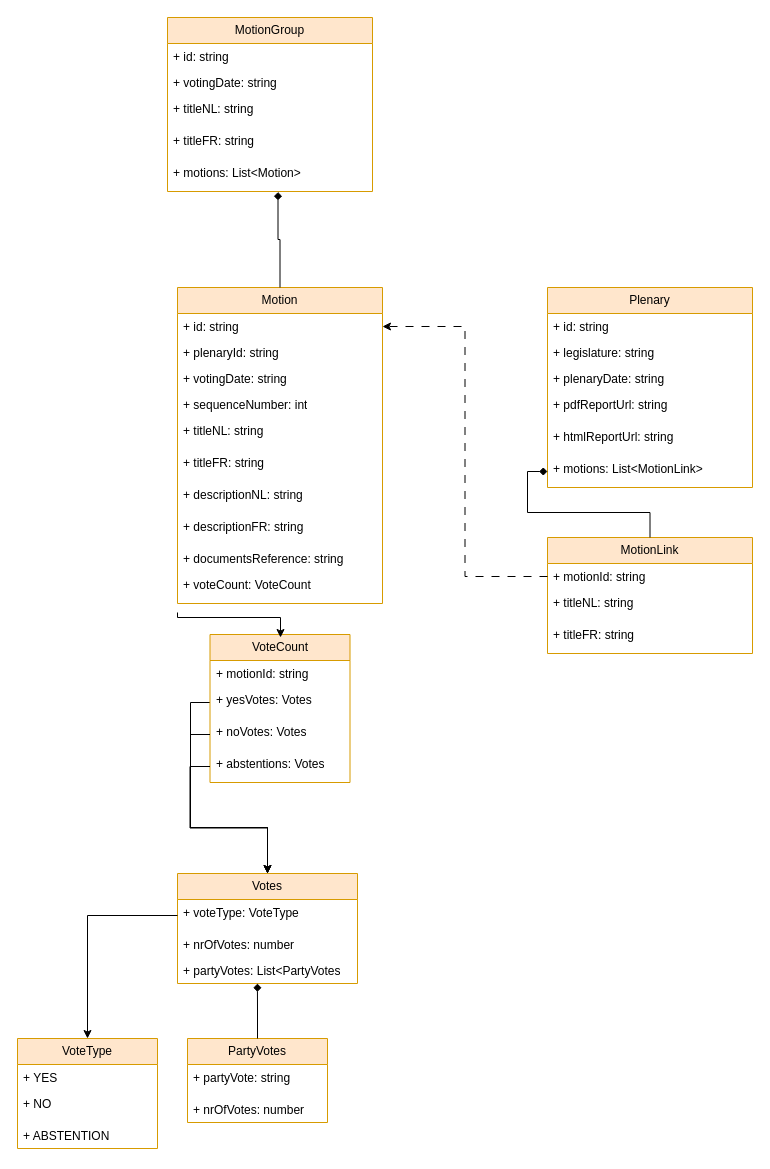
transparentdemocracy/backend keeps this draw.io diagram as doc/drawings/domain-model.drawio. Above is the earlier version. Source tidied: cells renumbered, new cells numbered last; positions are measured from the earlier drawing's top-left corner, leaving out a move shared by most shapes. Both pictures are drawn from the tidied source at 100%, with x=0, y=0 at pixel (17, 17).
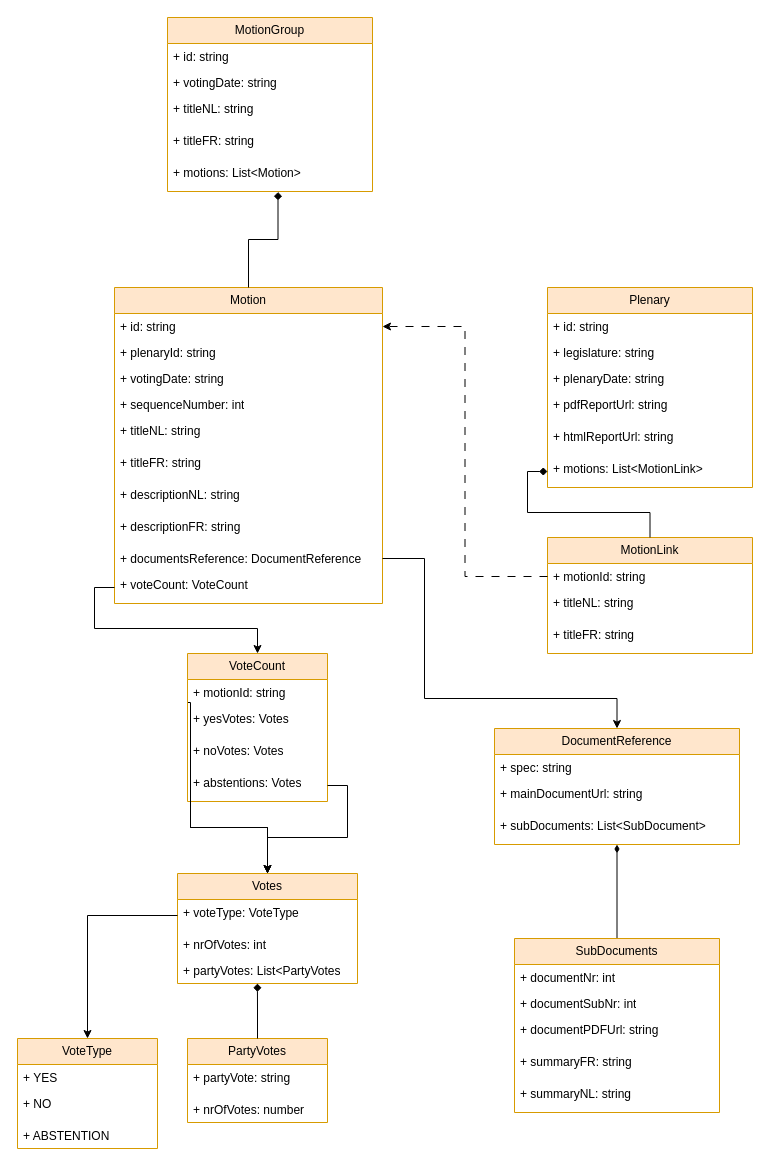
Above is the later version.

Unchanged cells that the change refers to:
```xml
<mxCell id="20" value="Votes" style="swimlane;fontStyle=0;horizontal=1;startSize=26;fillColor=#ffe6cc;whiteSpace=wrap;html=1;strokeColor=#d79b00;" parent="1" vertex="1">
  <mxGeometry x="160" y="856" width="180" height="110" as="geometry" />
</mxCell>
```

The edit, as a diff of the source:
```diff
@@
     <mxCell id="2" value="Motion" style="swimlane;fontStyle=0;horizontal=1;startSize=26;fillColor=#ffe6cc;whiteSpace=wrap;html=1;strokeColor=#d79b00;" parent="1" vertex="1">
-      <mxGeometry x="160" y="270" width="205" height="316" as="geometry" />
+      <mxGeometry x="97" y="270" width="268" height="316" as="geometry" />
     </mxCell>
     <mxCell id="3" value="+ id: string" style="text;strokeColor=none;fillColor=none;align=left;verticalAlign=top;spacingLeft=4;spacingRight=4;overflow=hidden;points=[[0,0.5],[1,0.5]];portConstraint=eastwest;whiteSpace=wrap;html=1;" parent="2" vertex="1">
-      <mxGeometry y="26" width="205" height="26" as="geometry" />
+      <mxGeometry y="26" width="268" height="26" as="geometry" />
     </mxCell>
     <mxCell id="4" value="+ plenaryId: string" style="text;strokeColor=none;fillColor=none;align=left;verticalAlign=top;spacingLeft=4;spacingRight=4;overflow=hidden;whiteSpace=wrap;html=1;" parent="2" vertex="1">
-      <mxGeometry y="52" width="205" height="26" as="geometry" />
+      <mxGeometry y="52" width="268" height="26" as="geometry" />
     </mxCell>
     <mxCell id="5" value="+ votingDate: string" style="text;strokeColor=none;fillColor=none;align=left;verticalAlign=top;spacingLeft=4;spacingRight=4;overflow=hidden;whiteSpace=wrap;html=1;" parent="2" vertex="1">
-      <mxGeometry y="78" width="205" height="26" as="geometry" />
+      <mxGeometry y="78" width="268" height="26" as="geometry" />
     </mxCell>
     <mxCell id="6" value="+ sequenceNumber: int" style="text;strokeColor=none;fillColor=none;align=left;verticalAlign=top;spacingLeft=4;spacingRight=4;overflow=hidden;whiteSpace=wrap;html=1;" parent="2" vertex="1">
-      <mxGeometry y="104" width="205" height="26" as="geometry" />
+      <mxGeometry y="104" width="268" height="26" as="geometry" />
     </mxCell>
     <mxCell id="7" value="+ titleNL: string" style="text;strokeColor=none;fillColor=none;align=left;verticalAlign=top;spacingLeft=4;spacingRight=4;overflow=hidden;whiteSpace=wrap;html=1;" parent="2" vertex="1">
-      <mxGeometry y="130" width="205" height="32" as="geometry" />
+      <mxGeometry y="130" width="268" height="32" as="geometry" />
     </mxCell>
     <mxCell id="8" value="+ titleFR: string" style="text;strokeColor=none;fillColor=none;align=left;verticalAlign=top;spacingLeft=4;spacingRight=4;overflow=hidden;whiteSpace=wrap;html=1;" parent="2" vertex="1">
-      <mxGeometry y="162" width="205" height="32" as="geometry" />
+      <mxGeometry y="162" width="268" height="32" as="geometry" />
     </mxCell>
     <mxCell id="9" value="+ descriptionNL: string" style="text;strokeColor=none;fillColor=none;align=left;verticalAlign=top;spacingLeft=4;spacingRight=4;overflow=hidden;whiteSpace=wrap;html=1;" parent="2" vertex="1">
-      <mxGeometry y="194" width="205" height="32" as="geometry" />
+      <mxGeometry y="194" width="268" height="32" as="geometry" />
     </mxCell>
     <mxCell id="10" value="+ descriptionFR: string" style="text;strokeColor=none;fillColor=none;align=left;verticalAlign=top;spacingLeft=4;spacingRight=4;overflow=hidden;whiteSpace=wrap;html=1;" parent="2" vertex="1">
-      <mxGeometry y="226" width="205" height="32" as="geometry" />
+      <mxGeometry y="226" width="268" height="32" as="geometry" />
     </mxCell>
-    <mxCell id="11" value="+ documentsReference: string" style="text;strokeColor=none;fillColor=none;align=left;verticalAlign=top;spacingLeft=4;spacingRight=4;overflow=hidden;points=[[0,0.5],[1,0.5]];portConstraint=eastwest;whiteSpace=wrap;html=1;" parent="2" vertex="1">
-      <mxGeometry y="258" width="205" height="26" as="geometry" />
+    <mxCell id="11" value="+ documentsReference: DocumentReference" style="text;strokeColor=none;fillColor=none;align=left;verticalAlign=top;spacingLeft=4;spacingRight=4;overflow=hidden;points=[[0,0.5],[1,0.5]];portConstraint=eastwest;whiteSpace=wrap;html=1;" parent="2" vertex="1">
+      <mxGeometry y="258" width="268" height="26" as="geometry" />
     </mxCell>
     <mxCell id="12" value="+ voteCount: VoteCount" style="text;strokeColor=none;fillColor=none;align=left;verticalAlign=top;spacingLeft=4;spacingRight=4;overflow=hidden;points=[[0,0.5],[1,0.5]];portConstraint=eastwest;whiteSpace=wrap;html=1;" parent="2" vertex="1">
-      <mxGeometry y="284" width="205" height="32" as="geometry" />
+      <mxGeometry y="284" width="268" height="32" as="geometry" />
     </mxCell>
@@
-    <mxCell id="22" value="+ nrOfVotes: number" style="text;strokeColor=none;fillColor=none;align=left;verticalAlign=top;spacingLeft=4;spacingRight=4;overflow=hidden;whiteSpace=wrap;html=1;" parent="20" vertex="1">
+    <mxCell id="22" value="+ nrOfVotes: int" style="text;strokeColor=none;fillColor=none;align=left;verticalAlign=top;spacingLeft=4;spacingRight=4;overflow=hidden;whiteSpace=wrap;html=1;" parent="20" vertex="1">
       <mxGeometry y="58" width="180" height="26" as="geometry" />
     </mxCell>
@@
+    <mxCell id="55" style="edgeStyle=orthogonalEdgeStyle;rounded=0;jettySize=auto;html=1;entryX=0;entryY=0.5;entryDx=0;entryDy=0;startArrow=classic;startFill=1;endArrow=none;endFill=0;" parent="1" edge="1" source="27" target="12">
+      <mxGeometry relative="1" as="geometry" />
+    </mxCell>
     <mxCell id="27" value="VoteCount" style="swimlane;fontStyle=0;horizontal=1;startSize=26;fillColor=#ffe6cc;whiteSpace=wrap;html=1;strokeColor=#d79b00;" parent="1" vertex="1">
-      <mxGeometry x="192.5" y="617" width="140" height="148" as="geometry" />
+      <mxGeometry x="170" y="636" width="140" height="148" as="geometry" />
     </mxCell>
@@
-    <mxCell id="32" style="edgeStyle=orthogonalEdgeStyle;rounded=0;orthogonalLoop=1;jettySize=auto;html=1;" parent="1" edge="1">
-      <mxGeometry relative="1" as="geometry">
-        <mxPoint x="160" y="595" as="sourcePoint" />
-        <mxPoint x="263" y="620" as="targetPoint" />
-        <Array as="points">
-          <mxPoint x="160" y="600" />
-          <mxPoint x="263" y="600" />
-        </Array>
-      </mxGeometry>
-    </mxCell>
@@
+    <mxCell id="56" style="edgeStyle=orthogonalEdgeStyle;rounded=0;jettySize=auto;html=1;entryX=0.5;entryY=0;entryDx=0;entryDy=0;startArrow=diamondThin;startFill=1;endArrow=none;endFill=0;" parent="1" edge="1" source="57" target="61">
+      <mxGeometry relative="1" as="geometry" />
+    </mxCell>
+    <mxCell id="57" value="DocumentReference" style="swimlane;fontStyle=0;horizontal=1;startSize=26;fillColor=#ffe6cc;whiteSpace=wrap;html=1;strokeColor=#d79b00;" parent="1" vertex="1">
+      <mxGeometry x="477" y="711" width="245" height="116" as="geometry" />
+    </mxCell>
+    <mxCell id="58" value="+ spec: string" style="text;strokeColor=none;fillColor=none;align=left;verticalAlign=top;spacingLeft=4;spacingRight=4;overflow=hidden;whiteSpace=wrap;html=1;" parent="57" vertex="1">
+      <mxGeometry y="26" width="245" height="26" as="geometry" />
+    </mxCell>
+    <mxCell id="59" value="+ mainDocumentUrl: string" style="text;strokeColor=none;fillColor=none;align=left;verticalAlign=top;spacingLeft=4;spacingRight=4;overflow=hidden;whiteSpace=wrap;html=1;" parent="57" vertex="1">
+      <mxGeometry y="52" width="245" height="32" as="geometry" />
+    </mxCell>
+    <mxCell id="60" value="+ subDocuments: List&amp;lt;SubDocument&amp;gt;" style="text;strokeColor=none;fillColor=none;align=left;verticalAlign=top;spacingLeft=4;spacingRight=4;overflow=hidden;whiteSpace=wrap;html=1;" parent="57" vertex="1">
+      <mxGeometry y="84" width="245" height="32" as="geometry" />
+    </mxCell>
+    <mxCell id="61" value="SubDocuments" style="swimlane;fontStyle=0;horizontal=1;startSize=26;fillColor=#ffe6cc;whiteSpace=wrap;html=1;strokeColor=#d79b00;" parent="1" vertex="1">
+      <mxGeometry x="497" y="921" width="205" height="174" as="geometry" />
+    </mxCell>
+    <mxCell id="62" value="+ documentNr: int" style="text;strokeColor=none;fillColor=none;align=left;verticalAlign=top;spacingLeft=4;spacingRight=4;overflow=hidden;whiteSpace=wrap;html=1;" parent="61" vertex="1">
+      <mxGeometry y="26" width="205" height="26" as="geometry" />
+    </mxCell>
+    <mxCell id="63" value="+ documentSubNr: int" style="text;strokeColor=none;fillColor=none;align=left;verticalAlign=top;spacingLeft=4;spacingRight=4;overflow=hidden;whiteSpace=wrap;html=1;" parent="61" vertex="1">
+      <mxGeometry y="52" width="205" height="26" as="geometry" />
+    </mxCell>
+    <mxCell id="64" value="+ documentPDFUrl: string" style="text;strokeColor=none;fillColor=none;align=left;verticalAlign=top;spacingLeft=4;spacingRight=4;overflow=hidden;whiteSpace=wrap;html=1;" parent="61" vertex="1">
+      <mxGeometry y="78" width="205" height="32" as="geometry" />
+    </mxCell>
+    <mxCell id="65" value="+ summaryFR: string" style="text;strokeColor=none;fillColor=none;align=left;verticalAlign=top;spacingLeft=4;spacingRight=4;overflow=hidden;whiteSpace=wrap;html=1;" parent="61" vertex="1">
+      <mxGeometry y="110" width="205" height="32" as="geometry" />
+    </mxCell>
+    <mxCell id="66" value="+ summaryNL: string" style="text;strokeColor=none;fillColor=none;align=left;verticalAlign=top;spacingLeft=4;spacingRight=4;overflow=hidden;whiteSpace=wrap;html=1;" parent="61" vertex="1">
+      <mxGeometry y="142" width="205" height="32" as="geometry" />
+    </mxCell>
+    <mxCell id="67" style="edgeStyle=orthogonalEdgeStyle;rounded=0;jettySize=auto;html=1;entryX=0.5;entryY=0;entryDx=0;entryDy=0;" parent="1" edge="1" source="11" target="57">
+      <mxGeometry relative="1" as="geometry">
+        <Array as="points">
+          <mxPoint x="407" y="541" />
+          <mxPoint x="407" y="681" />
+          <mxPoint x="600" y="681" />
+        </Array>
+      </mxGeometry>
+    </mxCell>
```
